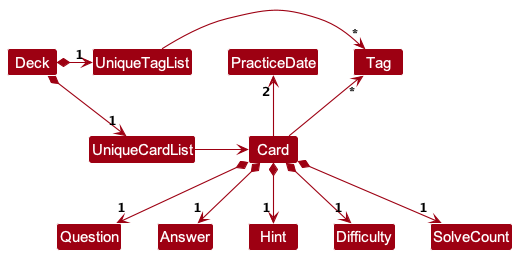
This is docs/images/BetterModelClassDiagram.png from nus-cs2103-AY2324S1/tp, a PlantUML export, as it was before one commit.
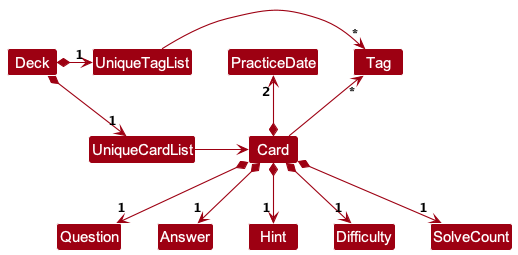
The same file after the commit.

What changed in the source:
```diff
@@ -17,7 +17,7 @@
 Card *--> "1"  Question
 Card *--> "1"   Answer
 Card *--> "1"   Hint
-Card -up-> "2" PracticeDate
+Card *-up-> "2" PracticeDate
 Card *--> "1"  Difficulty
 Card *--> "1"  SolveCount
 
```
